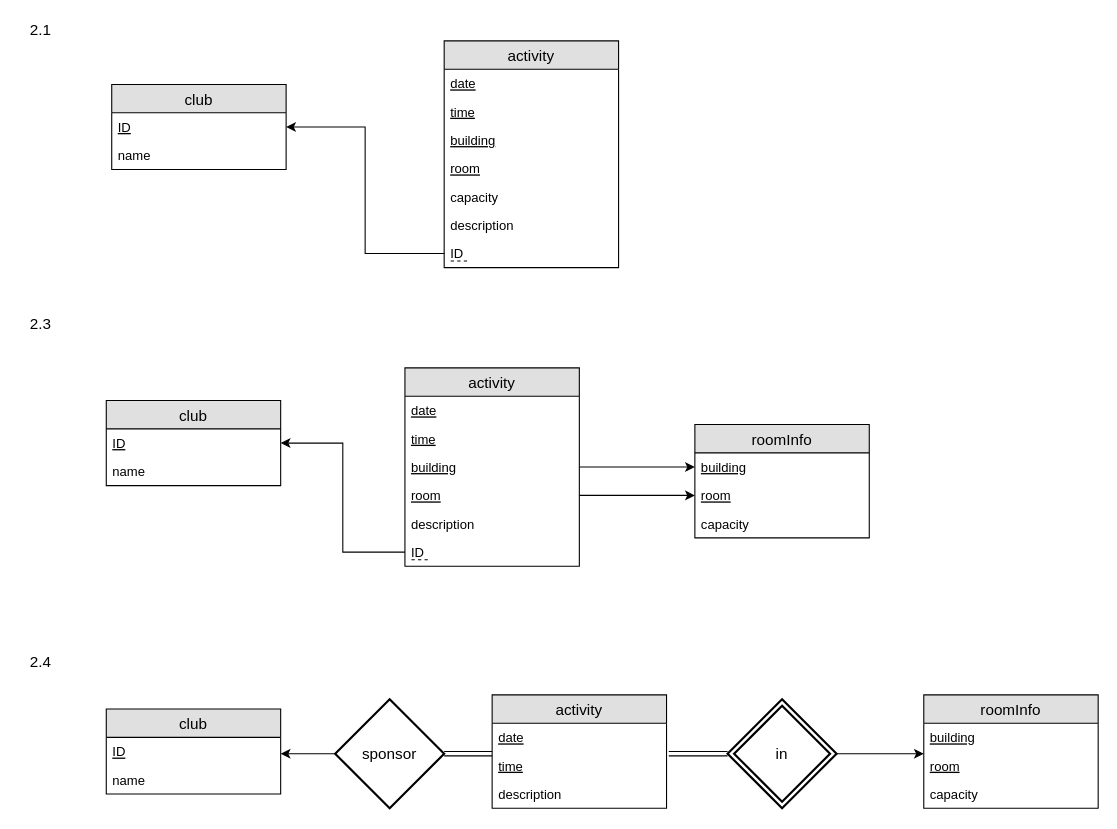
This is homework5.drawio from RomolaZhang/Databases, a draw.io file, before an edit. Source tidied: cells renumbered, new cells numbered last; positions are measured from the earlier drawing's top-left corner, leaving out a move shared by most shapes. Both pictures are drawn from the tidied source at 109%, with x=0, y=0 at pixel (19, 19).
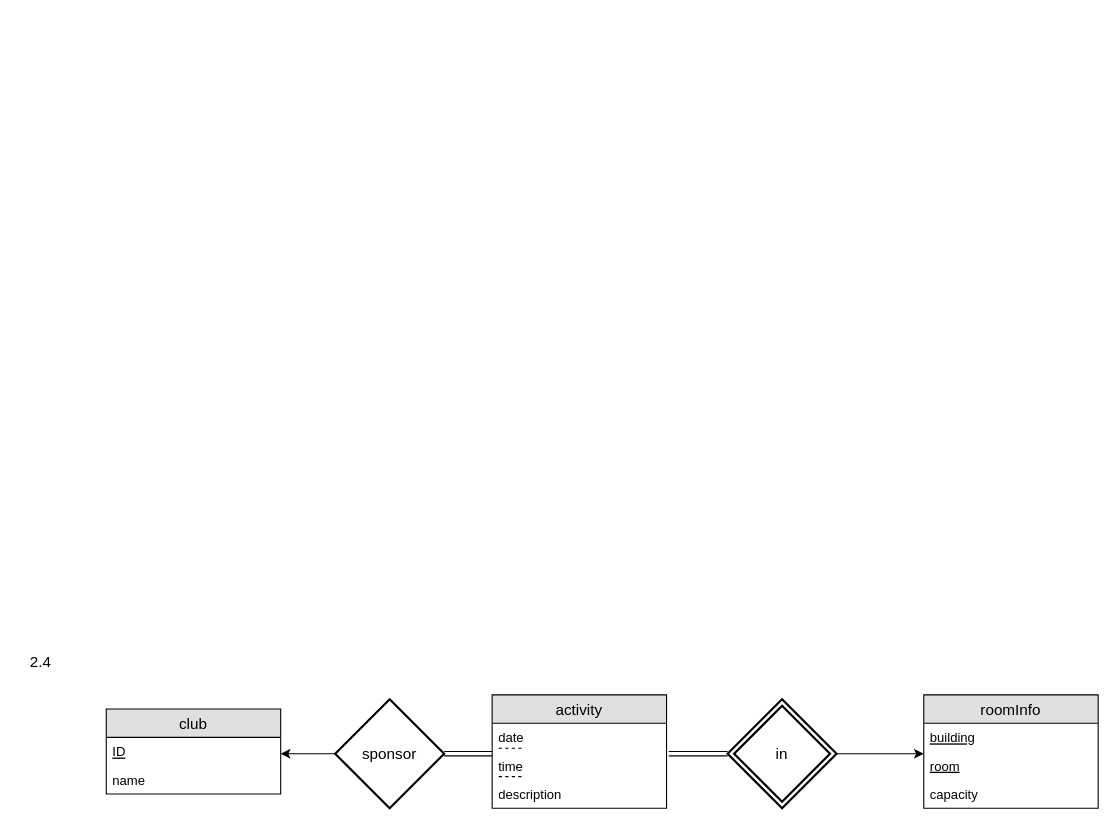
The same page after the edit.

Unchanged cells that the change refers to:
```xml
<mxCell id="36" value="activity" style="swimlane;fontStyle=0;horizontal=1;startSize=26;fillColor=#e0e0e0;swimlaneFillColor=#ffffff;align=center;fontSize=14;" parent="1" vertex="1">
  <mxGeometry x="434" y="620" width="160" height="104" as="geometry" />
</mxCell>
```

Diff of the diagram source:
```diff
@@
-    <mxCell id="2" value="club" style="swimlane;fontStyle=0;horizontal=1;startSize=26;fillColor=#e0e0e0;swimlaneFillColor=#ffffff;align=center;fontSize=14;" parent="1" vertex="1">
-      <mxGeometry x="85" y="60" width="160" height="78" as="geometry" />
-    </mxCell>
-    <mxCell id="3" value="ID" style="text;strokeColor=none;fillColor=none;spacingLeft=4;spacingRight=4;overflow=hidden;points=[[0,0.5],[1,0.5]];portConstraint=eastwest;fontSize=12;fontStyle=4;" parent="2" vertex="1">
-      <mxGeometry y="26" width="160" height="26" as="geometry" />
-    </mxCell>
-    <mxCell id="4" value="name" style="text;strokeColor=none;fillColor=none;spacingLeft=4;spacingRight=4;overflow=hidden;fontSize=12;" parent="2" vertex="1">
-      <mxGeometry y="52" width="160" height="26" as="geometry" />
-    </mxCell>
-    <mxCell id="5" value="activity" style="swimlane;fontStyle=0;horizontal=1;startSize=26;fillColor=#e0e0e0;swimlaneFillColor=#ffffff;align=center;fontSize=14;" parent="1" vertex="1">
-      <mxGeometry x="390" y="20" width="160" height="208" as="geometry" />
-    </mxCell>
-    <mxCell id="6" value="date" style="text;strokeColor=none;fillColor=none;spacingLeft=4;spacingRight=4;overflow=hidden;fontSize=12;fontStyle=4;" parent="5" vertex="1">
-      <mxGeometry y="26" width="160" height="26" as="geometry" />
-    </mxCell>
-    <mxCell id="7" value="time" style="text;strokeColor=none;fillColor=none;spacingLeft=4;spacingRight=4;overflow=hidden;fontSize=12;fontStyle=4;" parent="5" vertex="1">
-      <mxGeometry y="52" width="160" height="26" as="geometry" />
-    </mxCell>
-    <mxCell id="8" value="building" style="text;strokeColor=none;fillColor=none;spacingLeft=4;spacingRight=4;overflow=hidden;fontSize=12;fontStyle=4;" parent="5" vertex="1">
-      <mxGeometry y="78" width="160" height="26" as="geometry" />
-    </mxCell>
-    <mxCell id="9" value="room" style="text;strokeColor=none;fillColor=none;spacingLeft=4;spacingRight=4;overflow=hidden;fontSize=12;fontStyle=4;" parent="5" vertex="1">
-      <mxGeometry y="104" width="160" height="26" as="geometry" />
-    </mxCell>
-    <mxCell id="10" value="capacity" style="text;strokeColor=none;fillColor=none;spacingLeft=4;spacingRight=4;overflow=hidden;fontSize=12;fontStyle=0;" parent="5" vertex="1">
-      <mxGeometry y="130" width="160" height="26" as="geometry" />
-    </mxCell>
-    <mxCell id="11" value="description" style="text;strokeColor=none;fillColor=none;spacingLeft=4;spacingRight=4;overflow=hidden;fontSize=12;fontStyle=0;" parent="5" vertex="1">
-      <mxGeometry y="156" width="160" height="26" as="geometry" />
-    </mxCell>
-    <mxCell id="12" value="ID" style="text;strokeColor=none;fillColor=none;spacingLeft=4;spacingRight=4;overflow=hidden;points=[[0,0.5],[1,0.5]];portConstraint=eastwest;fontSize=12;fontStyle=0;" parent="5" vertex="1">
-      <mxGeometry y="182" width="160" height="26" as="geometry" />
-    </mxCell>
-    <mxCell id="13" style="endArrow=none;dashed=1;html=1;" parent="5" edge="1">
-      <mxGeometry relative="1" as="geometry">
-        <mxPoint x="6" y="202" as="sourcePoint" />
-        <mxPoint x="22" y="202" as="targetPoint" />
-      </mxGeometry>
-    </mxCell>
-    <mxCell id="14" style="edgeStyle=orthogonalEdgeStyle;rounded=0;jettySize=auto;html=1;exitX=0;exitY=0.5;exitDx=0;exitDy=0;entryX=1;entryY=0.5;entryDx=0;entryDy=0;" parent="1" edge="1" source="12" target="3">
-      <mxGeometry relative="1" as="geometry" />
-    </mxCell>
-    <mxCell id="15" value="club" style="swimlane;fontStyle=0;horizontal=1;startSize=26;fillColor=#e0e0e0;swimlaneFillColor=#ffffff;align=center;fontSize=14;" parent="1" vertex="1">
-      <mxGeometry x="80" y="350" width="160" height="78" as="geometry" />
-    </mxCell>
-    <mxCell id="16" value="ID" style="text;strokeColor=none;fillColor=none;spacingLeft=4;spacingRight=4;overflow=hidden;points=[[0,0.5],[1,0.5]];portConstraint=eastwest;fontSize=12;fontStyle=4;" parent="15" vertex="1">
-      <mxGeometry y="26" width="160" height="26" as="geometry" />
-    </mxCell>
-    <mxCell id="17" value="name" style="text;strokeColor=none;fillColor=none;spacingLeft=4;spacingRight=4;overflow=hidden;fontSize=12;" parent="15" vertex="1">
-      <mxGeometry y="52" width="160" height="26" as="geometry" />
-    </mxCell>
-    <mxCell id="18" value="activity" style="swimlane;fontStyle=0;horizontal=1;startSize=26;fillColor=#e0e0e0;swimlaneFillColor=#ffffff;align=center;fontSize=14;" parent="1" vertex="1">
-      <mxGeometry x="354" y="320" width="160" height="182" as="geometry" />
-    </mxCell>
-    <mxCell id="19" value="date" style="text;strokeColor=none;fillColor=none;spacingLeft=4;spacingRight=4;overflow=hidden;fontSize=12;fontStyle=4;" parent="18" vertex="1">
-      <mxGeometry y="26" width="160" height="26" as="geometry" />
-    </mxCell>
-    <mxCell id="20" value="time" style="text;strokeColor=none;fillColor=none;spacingLeft=4;spacingRight=4;overflow=hidden;fontSize=12;fontStyle=4;" parent="18" vertex="1">
-      <mxGeometry y="52" width="160" height="26" as="geometry" />
-    </mxCell>
-    <mxCell id="21" value="building" style="text;strokeColor=none;fillColor=none;spacingLeft=4;spacingRight=4;overflow=hidden;points=[[0,0.5],[1,0.5]];portConstraint=eastwest;fontSize=12;fontStyle=4;" parent="18" vertex="1">
-      <mxGeometry y="78" width="160" height="26" as="geometry" />
-    </mxCell>
-    <mxCell id="22" value="room" style="text;strokeColor=none;fillColor=none;spacingLeft=4;spacingRight=4;overflow=hidden;points=[[0,0.5],[1,0.5]];portConstraint=eastwest;fontSize=12;fontStyle=4;" parent="18" vertex="1">
-      <mxGeometry y="104" width="160" height="26" as="geometry" />
-    </mxCell>
-    <mxCell id="23" value="description" style="text;strokeColor=none;fillColor=none;spacingLeft=4;spacingRight=4;overflow=hidden;fontSize=12;fontStyle=0;" parent="18" vertex="1">
-      <mxGeometry y="130" width="160" height="26" as="geometry" />
-    </mxCell>
-    <mxCell id="24" value="ID" style="text;strokeColor=none;fillColor=none;spacingLeft=4;spacingRight=4;overflow=hidden;points=[[0,0.5],[1,0.5]];portConstraint=eastwest;fontSize=12;fontStyle=0;" parent="18" vertex="1">
-      <mxGeometry y="156" width="160" height="26" as="geometry" />
-    </mxCell>
-    <mxCell id="25" style="endArrow=none;dashed=1;html=1;" parent="18" edge="1">
-      <mxGeometry relative="1" as="geometry">
-        <mxPoint x="6" y="176" as="sourcePoint" />
-        <mxPoint x="22" y="176" as="targetPoint" />
-      </mxGeometry>
-    </mxCell>
-    <mxCell id="26" value="roomInfo" style="swimlane;fontStyle=0;horizontal=1;startSize=26;fillColor=#e0e0e0;swimlaneFillColor=#ffffff;align=center;fontSize=14;" parent="1" vertex="1">
-      <mxGeometry x="620" y="372" width="160" height="104" as="geometry" />
-    </mxCell>
-    <mxCell id="27" value="building" style="text;strokeColor=none;fillColor=none;spacingLeft=4;spacingRight=4;overflow=hidden;points=[[0,0.5],[1,0.5]];portConstraint=eastwest;fontSize=12;fontStyle=4;" parent="26" vertex="1">
-      <mxGeometry y="26" width="160" height="26" as="geometry" />
-    </mxCell>
-    <mxCell id="28" value="room" style="text;strokeColor=none;fillColor=none;spacingLeft=4;spacingRight=4;overflow=hidden;points=[[0,0.5],[1,0.5]];portConstraint=eastwest;fontSize=12;fontStyle=4;" parent="26" vertex="1">
-      <mxGeometry y="52" width="160" height="26" as="geometry" />
-    </mxCell>
-    <mxCell id="29" value="capacity" style="text;strokeColor=none;fillColor=none;spacingLeft=4;spacingRight=4;overflow=hidden;fontSize=12;" parent="26" vertex="1">
-      <mxGeometry y="78" width="160" height="26" as="geometry" />
-    </mxCell>
-    <mxCell id="30" style="edgeStyle=orthogonalEdgeStyle;rounded=0;jettySize=auto;html=1;exitX=1;exitY=0.5;exitDx=0;exitDy=0;" parent="1" edge="1" source="21" target="27">
-      <mxGeometry relative="1" as="geometry" />
-    </mxCell>
-    <mxCell id="31" style="edgeStyle=orthogonalEdgeStyle;rounded=0;jettySize=auto;html=1;exitX=1;exitY=0.5;exitDx=0;exitDy=0;" parent="1" edge="1" source="22" target="28">
-      <mxGeometry relative="1" as="geometry" />
-    </mxCell>
-    <mxCell id="32" style="edgeStyle=orthogonalEdgeStyle;rounded=0;jettySize=auto;html=1;exitX=0;exitY=0.5;exitDx=0;exitDy=0;entryX=1;entryY=0.5;entryDx=0;entryDy=0;" parent="1" edge="1" source="24" target="16">
-      <mxGeometry relative="1" as="geometry" />
-    </mxCell>
@@
-    <mxCell id="37" value="date" style="text;strokeColor=none;fillColor=none;spacingLeft=4;spacingRight=4;overflow=hidden;fontSize=12;fontStyle=4;" parent="36" vertex="1">
+    <mxCell id="37" value="date" style="text;strokeColor=none;fillColor=none;spacingLeft=4;spacingRight=4;overflow=hidden;fontSize=12;fontStyle=0;" parent="36" vertex="1">
       <mxGeometry y="26" width="160" height="26" as="geometry" />
     </mxCell>
+    <mxCell id="53" style="endArrow=none;dashed=1;html=1;" parent="36" edge="1">
+      <mxGeometry relative="1" as="geometry">
+        <mxPoint x="6" y="49" as="sourcePoint" />
+        <mxPoint x="27" y="49" as="targetPoint" />
+      </mxGeometry>
+    </mxCell>
-    <mxCell id="38" value="time" style="text;strokeColor=none;fillColor=none;spacingLeft=4;spacingRight=4;overflow=hidden;points=[[0,0.5],[1,0.5]];portConstraint=eastwest;fontSize=12;fontStyle=4;" parent="36" vertex="1">
+    <mxCell id="38" value="time" style="text;strokeColor=none;fillColor=none;spacingLeft=4;spacingRight=4;overflow=hidden;points=[[0,0.5],[1,0.5]];portConstraint=eastwest;fontSize=12;fontStyle=0;" parent="36" vertex="1">
       <mxGeometry y="52" width="160" height="26" as="geometry" />
     </mxCell>
@@
-    <mxCell id="50" value="&lt;font style=&quot;font-size: 14px&quot;&gt;2.1&lt;/font&gt;" style="text;html=1;strokeColor=none;fillColor=none;align=center;verticalAlign=middle;whiteSpace=wrap;rounded=0;" parent="1" vertex="1">
-      <mxGeometry width="40" height="20" as="geometry" />
-    </mxCell>
-    <mxCell id="51" value="&lt;font style=&quot;font-size: 14px&quot;&gt;2.3&lt;/font&gt;" style="text;html=1;strokeColor=none;fillColor=none;align=center;verticalAlign=middle;whiteSpace=wrap;rounded=0;" parent="1" vertex="1">
-      <mxGeometry y="270" width="40" height="20" as="geometry" />
-    </mxCell>
@@
+    <mxCell id="54" style="endArrow=none;dashed=1;html=1;" parent="1" edge="1">
+      <mxGeometry relative="1" as="geometry">
+        <mxPoint x="440" y="695" as="sourcePoint" />
+        <mxPoint x="461" y="695" as="targetPoint" />
+      </mxGeometry>
+    </mxCell>
```
